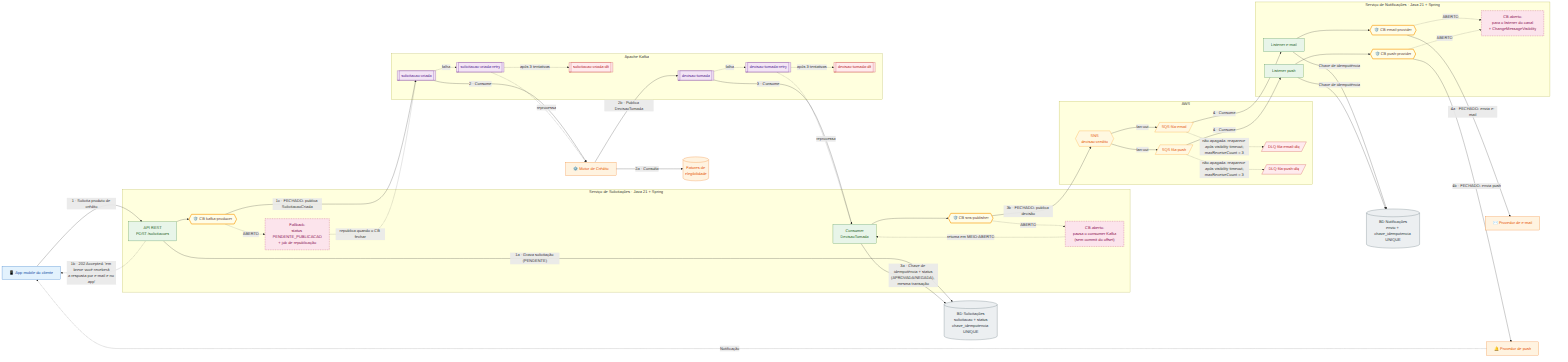
Before: docs/arquitetura.png, a diagram exported from Mermaid (rafaelzucon/fluxo-de-credito). Its source is kept beside it as docs/arquitetura.mmd.
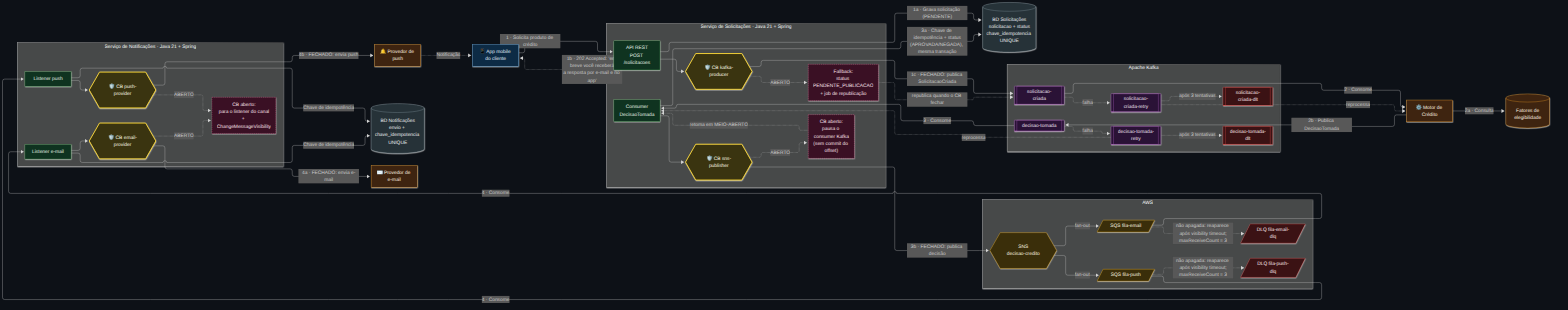
After the change.

Diff of the diagram source:
```diff
@@ -1,13 +1,14 @@
+%%{init: {"theme": "dark"}}%%
 flowchart LR
-    classDef app fill:#E3F2FD,stroke:#1565C0,color:#0D47A1
-    classDef svc fill:#E8F5E9,stroke:#2E7D32,color:#1B5E20
-    classDef ext fill:#FFF3E0,stroke:#EF6C00,color:#E65100
-    classDef kafka fill:#F3E5F5,stroke:#6A1B9A,color:#4A148C
-    classDef aws fill:#FFF8E1,stroke:#FF8F00,color:#E65100
-    classDef db fill:#ECEFF1,stroke:#455A64,color:#263238
-    classDef dlq fill:#FFEBEE,stroke:#C62828,color:#B71C1C
-    classDef cb fill:#FFFDE7,stroke:#F9A825,stroke-width:3px,color:#5D4037
-    classDef fb fill:#FCE4EC,stroke:#AD1457,stroke-dasharray:4 3,color:#880E4F
+    classDef app fill:#0D2B45,stroke:#64B5F6,color:#E3F2FD
+    classDef svc fill:#0F3320,stroke:#66BB6A,color:#E8F5E9
+    classDef ext fill:#3E2410,stroke:#FFA726,color:#FFF3E0
+    classDef kafka fill:#2A1236,stroke:#BA68C8,color:#F3E5F5
+    classDef aws fill:#3A2E0A,stroke:#FFB300,color:#FFF8E1
+    classDef db fill:#263238,stroke:#90A4AE,color:#ECEFF1
+    classDef dlq fill:#3B1214,stroke:#EF5350,color:#FFEBEE
+    classDef cb fill:#3A3410,stroke:#FDD835,stroke-width:3px,color:#FFFDE7
+    classDef fb fill:#3A1024,stroke:#F06292,stroke-dasharray:4 3,color:#FCE4EC
 
     APP["📱 App mobile do cliente"]:::app
 
```
